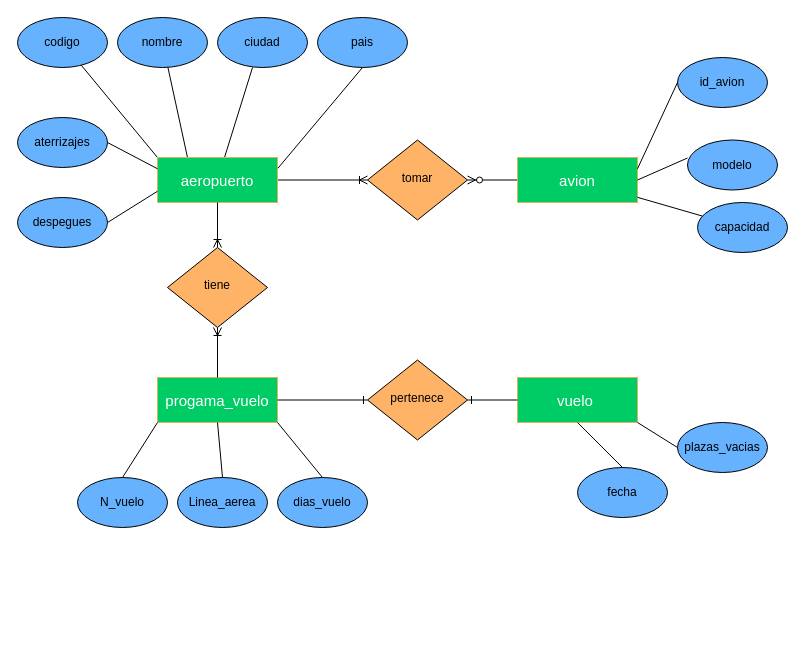
The draw.io diagram Untitled Diagram.drawio in rosemberg0212/Software-libre, before the edit. Source tidied: cells renumbered, new cells numbered last; positions are measured from the earlier drawing's top-left corner, leaving out a move shared by most shapes. Both pictures are drawn from the tidied source at 100%, with x=0, y=0 at pixel (17, 17).
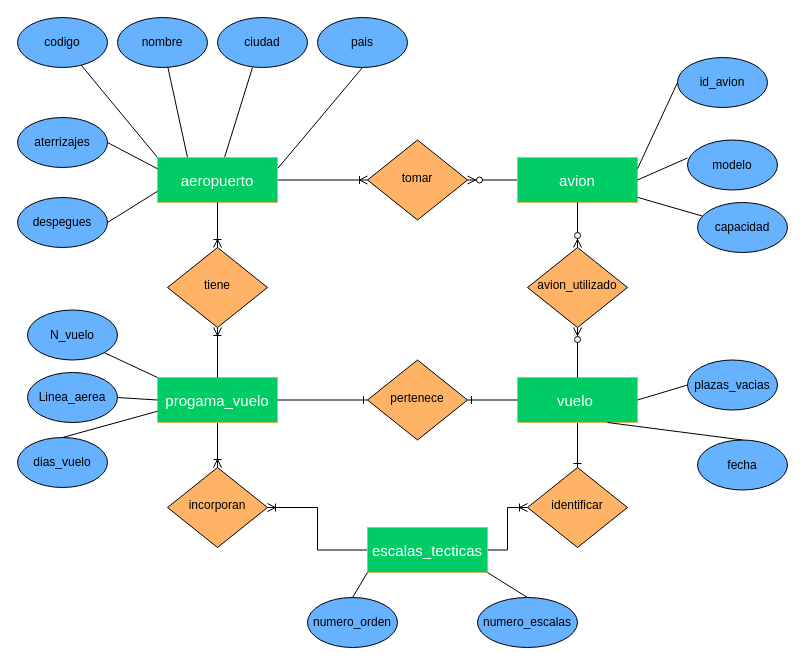
The same diagram, later.

Unchanged cells that the change refers to:
```xml
<mxCell id="16" value="&lt;font color=&quot;#ffffff&quot; style=&quot;font-size: 15px&quot;&gt;avion&lt;/font&gt;" style="rounded=0;whiteSpace=wrap;html=1;strokeColor=#d6b656;fillColor=#00CC66;" parent="1" vertex="1">
  <mxGeometry x="500" y="140" width="120" height="45" as="geometry" />
</mxCell>
<mxCell id="23" value="&lt;font color=&quot;#ffffff&quot; style=&quot;font-size: 15px&quot;&gt;progama_vuelo&lt;br&gt;&lt;/font&gt;" style="rounded=0;whiteSpace=wrap;html=1;strokeColor=#d6b656;fillColor=#00CC66;" parent="1" vertex="1">
  <mxGeometry x="140" y="360" width="120" height="45" as="geometry" />
</mxCell>
<mxCell id="37" value="&lt;font color=&quot;#ffffff&quot; style=&quot;font-size: 15px&quot;&gt;vuelo&amp;nbsp;&lt;br&gt;&lt;/font&gt;" style="rounded=0;whiteSpace=wrap;html=1;strokeColor=#d6b656;fillColor=#00CC66;" parent="1" vertex="1">
  <mxGeometry x="500" y="360" width="120" height="45" as="geometry" />
</mxCell>
```

Diff of the diagram source:
```diff
@@
+    <mxCell id="43" style="edgeStyle=orthogonalEdgeStyle;rounded=0;jettySize=auto;html=1;exitX=0.5;exitY=1;exitDx=0;exitDy=0;entryX=0.5;entryY=0;entryDx=0;entryDy=0;startArrow=none;startFill=0;endArrow=ERoneToMany;endFill=0;" parent="1" edge="1" source="23" target="53">
+      <mxGeometry relative="1" as="geometry" />
+    </mxCell>
@@
     <mxCell id="25" value="Linea_aerea" style="ellipse;whiteSpace=wrap;html=1;fillColor=#66B2FF;" parent="1" vertex="1">
-      <mxGeometry x="160" y="460" width="90" height="50" as="geometry" />
+      <mxGeometry x="10" y="355" width="90" height="50" as="geometry" />
     </mxCell>
     <mxCell id="26" value="dias_vuelo" style="ellipse;whiteSpace=wrap;html=1;fillColor=#66B2FF;" parent="1" vertex="1">
-      <mxGeometry x="260" y="460" width="90" height="50" as="geometry" />
+      <mxGeometry y="420" width="90" height="50" as="geometry" />
     </mxCell>
     <mxCell id="27" value="N_vuelo" style="ellipse;whiteSpace=wrap;html=1;fillColor=#66B2FF;" parent="1" vertex="1">
-      <mxGeometry x="60" y="460" width="90" height="50" as="geometry" />
+      <mxGeometry x="10" y="292.5" width="90" height="50" as="geometry" />
     </mxCell>
-    <mxCell id="28" style="endArrow=none;html=1;entryX=0.5;entryY=0;entryDx=0;entryDy=0;exitX=0;exitY=1;exitDx=0;exitDy=0;" parent="1" edge="1" source="23" target="27">
+    <mxCell id="28" style="endArrow=none;html=1;entryX=1;entryY=1;entryDx=0;entryDy=0;exitX=0;exitY=0;exitDx=0;exitDy=0;" parent="1" edge="1" source="23" target="27">
       <mxGeometry relative="1" as="geometry" />
     </mxCell>
-    <mxCell id="29" style="endArrow=none;html=1;entryX=1;entryY=1;entryDx=0;entryDy=0;exitX=0.5;exitY=0;exitDx=0;exitDy=0;" parent="1" edge="1" source="26" target="23">
+    <mxCell id="29" style="endArrow=none;html=1;entryX=0;entryY=0.75;entryDx=0;entryDy=0;exitX=0.5;exitY=0;exitDx=0;exitDy=0;" parent="1" edge="1" source="26" target="23">
       <mxGeometry relative="1" as="geometry" />
     </mxCell>
-    <mxCell id="30" style="endArrow=none;html=1;entryX=0.5;entryY=1;entryDx=0;entryDy=0;exitX=0.5;exitY=0;exitDx=0;exitDy=0;" parent="1" edge="1" source="25" target="23">
+    <mxCell id="30" style="endArrow=none;html=1;entryX=0;entryY=0.5;entryDx=0;entryDy=0;exitX=1;exitY=0.5;exitDx=0;exitDy=0;" parent="1" edge="1" source="25" target="23">
       <mxGeometry relative="1" as="geometry" />
     </mxCell>
@@
+    <mxCell id="44" style="edgeStyle=orthogonalEdgeStyle;rounded=0;jettySize=auto;html=1;exitX=0.5;exitY=1;exitDx=0;exitDy=0;entryX=0.5;entryY=0;entryDx=0;entryDy=0;startArrow=none;startFill=0;endArrow=ERone;endFill=0;" parent="1" edge="1" source="37" target="56">
+      <mxGeometry relative="1" as="geometry" />
+    </mxCell>
@@
     <mxCell id="39" value="plazas_vacias" style="ellipse;whiteSpace=wrap;html=1;fillColor=#66B2FF;" parent="1" vertex="1">
-      <mxGeometry x="660" y="405" width="90" height="50" as="geometry" />
+      <mxGeometry x="670" y="342.5" width="90" height="50" as="geometry" />
     </mxCell>
     <mxCell id="40" value="fecha" style="ellipse;whiteSpace=wrap;html=1;fillColor=#66B2FF;" parent="1" vertex="1">
-      <mxGeometry x="560" y="450" width="90" height="50" as="geometry" />
+      <mxGeometry x="680" y="422.5" width="90" height="50" as="geometry" />
     </mxCell>
-    <mxCell id="41" style="endArrow=none;html=1;exitX=0.5;exitY=1;exitDx=0;exitDy=0;entryX=0.5;entryY=0;entryDx=0;entryDy=0;" parent="1" edge="1" source="37" target="40">
+    <mxCell id="41" style="endArrow=none;html=1;exitX=0.75;exitY=1;exitDx=0;exitDy=0;entryX=0.5;entryY=0;entryDx=0;entryDy=0;" parent="1" edge="1" source="37" target="40">
       <mxGeometry relative="1" as="geometry" />
     </mxCell>
-    <mxCell id="42" style="endArrow=none;html=1;entryX=1;entryY=1;entryDx=0;entryDy=0;exitX=0;exitY=0.5;exitDx=0;exitDy=0;" parent="1" edge="1" source="39" target="37">
+    <mxCell id="42" style="endArrow=none;html=1;entryX=1;entryY=0.5;entryDx=0;entryDy=0;exitX=0;exitY=0.5;exitDx=0;exitDy=0;" parent="1" edge="1" source="39" target="37">
       <mxGeometry relative="1" as="geometry" />
     </mxCell>
+    <mxCell id="45" value="avion_utilizado" style="rhombus;whiteSpace=wrap;html=1;shadow=0;fontFamily=Helvetica;fontSize=12;align=center;strokeWidth=1;spacing=6;spacingTop=-4;fillColor=#FFB366;" parent="1" vertex="1">
+      <mxGeometry x="510" y="230" width="100" height="80" as="geometry" />
+    </mxCell>
+    <mxCell id="46" style="endArrow=none;html=1;entryX=0.5;entryY=1;entryDx=0;entryDy=0;exitX=0.5;exitY=0;exitDx=0;exitDy=0;startArrow=ERzeroToMany;startFill=1;" parent="1" edge="1" source="45" target="16">
+      <mxGeometry relative="1" as="geometry" />
+    </mxCell>
+    <mxCell id="47" style="endArrow=ERzeroToMany;html=1;entryX=0.5;entryY=1;entryDx=0;entryDy=0;exitX=0.5;exitY=0;exitDx=0;exitDy=0;startArrow=none;startFill=0;endFill=1;" parent="1" edge="1" source="37" target="45">
+      <mxGeometry relative="1" as="geometry" />
+    </mxCell>
+    <mxCell id="48" style="edgeStyle=orthogonalEdgeStyle;rounded=0;jettySize=auto;html=1;exitX=0;exitY=0.5;exitDx=0;exitDy=0;entryX=1;entryY=0.5;entryDx=0;entryDy=0;startArrow=none;startFill=0;endArrow=ERoneToMany;endFill=0;" parent="1" edge="1" source="50" target="53">
+      <mxGeometry relative="1" as="geometry" />
+    </mxCell>
+    <mxCell id="49" style="edgeStyle=orthogonalEdgeStyle;rounded=0;jettySize=auto;html=1;exitX=1;exitY=0.5;exitDx=0;exitDy=0;startArrow=none;startFill=0;endArrow=ERoneToMany;endFill=0;" parent="1" edge="1" source="50" target="56">
+      <mxGeometry relative="1" as="geometry" />
+    </mxCell>
+    <mxCell id="50" value="&lt;font color=&quot;#ffffff&quot; style=&quot;font-size: 15px&quot;&gt;escalas_tecticas&lt;br&gt;&lt;/font&gt;" style="rounded=0;whiteSpace=wrap;html=1;strokeColor=#d6b656;fillColor=#00CC66;" parent="1" vertex="1">
+      <mxGeometry x="350" y="510" width="120" height="45" as="geometry" />
+    </mxCell>
+    <mxCell id="51" value="numero_escalas" style="ellipse;whiteSpace=wrap;html=1;fillColor=#66B2FF;" parent="1" vertex="1">
+      <mxGeometry x="460" y="580" width="100" height="50" as="geometry" />
+    </mxCell>
+    <mxCell id="52" value="numero_orden&lt;br&gt;" style="ellipse;whiteSpace=wrap;html=1;fillColor=#66B2FF;" parent="1" vertex="1">
+      <mxGeometry x="290" y="580" width="90" height="50" as="geometry" />
+    </mxCell>
+    <mxCell id="53" value="incorporan" style="rhombus;whiteSpace=wrap;html=1;shadow=0;fontFamily=Helvetica;fontSize=12;align=center;strokeWidth=1;spacing=6;spacingTop=-4;fillColor=#FFB366;" parent="1" vertex="1">
+      <mxGeometry x="150" y="450" width="100" height="80" as="geometry" />
+    </mxCell>
+    <mxCell id="54" style="endArrow=none;html=1;exitX=0;exitY=1;exitDx=0;exitDy=0;entryX=0.5;entryY=0;entryDx=0;entryDy=0;" parent="1" edge="1" source="50" target="52">
+      <mxGeometry relative="1" as="geometry" />
+    </mxCell>
+    <mxCell id="55" style="endArrow=none;html=1;exitX=0.5;exitY=0;exitDx=0;exitDy=0;entryX=1;entryY=1;entryDx=0;entryDy=0;" parent="1" edge="1" source="51" target="50">
+      <mxGeometry relative="1" as="geometry" />
+    </mxCell>
+    <mxCell id="56" value="identificar" style="rhombus;whiteSpace=wrap;html=1;shadow=0;fontFamily=Helvetica;fontSize=12;align=center;strokeWidth=1;spacing=6;spacingTop=-4;fillColor=#FFB366;" parent="1" vertex="1">
+      <mxGeometry x="510" y="450" width="100" height="80" as="geometry" />
+    </mxCell>
```
